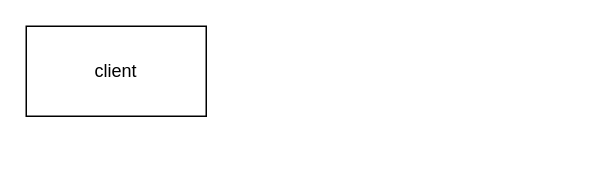
Earlier version of the draw.io diagram system-design/src/drop_box/test.drawio (dannyjaehoon/Algorithm-and-Data-Structure). Source tidied: cells renumbered, new cells numbered last; positions are measured from the earlier drawing's top-left corner, leaving out a move shared by most shapes. Both pictures are drawn from the tidied source at 150%, with x=0, y=0 at pixel (26, 26).
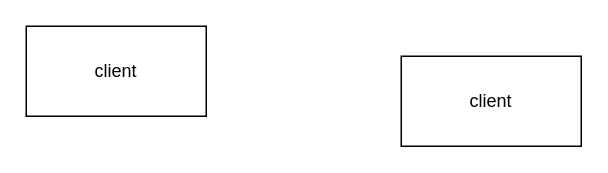
The same diagram, later.

What changed in the source:
```diff
@@
 <mxGraphModel>
   <root>
     <mxCell id="0" />
     <mxCell id="1" parent="0" />
     <mxCell id="2" value="client" style="rounded=0;whiteSpace=wrap;html=1;" parent="1" vertex="1">
       <mxGeometry width="120" height="60" as="geometry" />
     </mxCell>
+    <mxCell id="3" value="client" style="rounded=0;whiteSpace=wrap;html=1;" parent="1" vertex="1">
+      <mxGeometry x="250" y="20" width="120" height="60" as="geometry" />
+    </mxCell>
   </root>
 </mxGraphModel>
```
